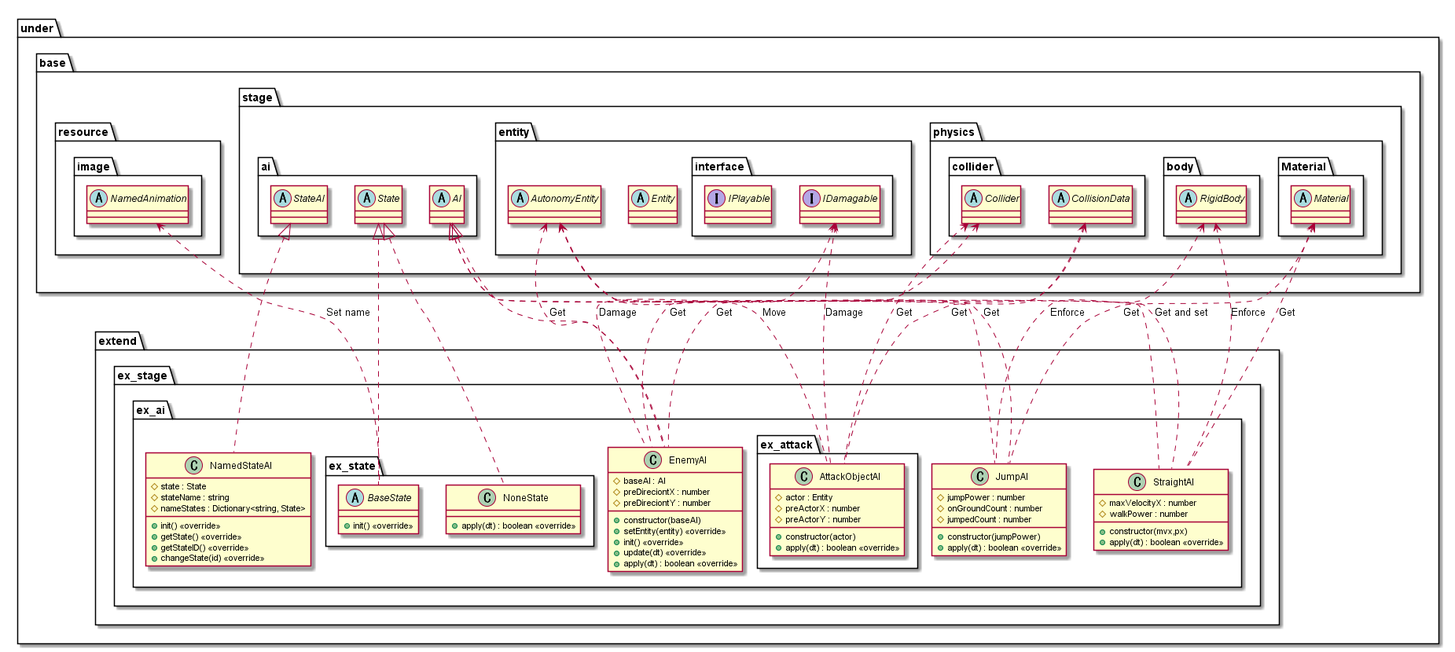
This is out/uml/entity/ai/Extend/AIExtend.png from Expine/Under, a PlantUML export, as it was before one commit. The source it was exported from:
```plantuml
@startuml AIExtend

package under {
    package extend {
        package ex_stage {
            package ex_ai {
                class NamedStateAI {
                    #state : State
                    #stateName : string
                    #nameStates : Dictionary<string, State>
                    +init() <<override>>
                    +getState() <<override>>
                    +getStateID() <<override>>
                    +changeState(id) <<override>>
                }
                class StraightAI {
                    +constructor(mvx,px)
                    #maxVelocityX : number
                    #walkPower : number
                    +apply(dt) : boolean <<override>>
                }
                class JumpAI {
                    +constructor(jumpPower)
                    #jumpPower : number
                    #onGroundCount : number
                    #jumpedCount : number
                    +apply(dt) : boolean <<override>>
                }
                class EnemyAI {
                    +constructor(baseAI)
                    #baseAI : AI
                    #preDireciontX : number
                    #preDireciontY : number
                    +setEntity(entity) <<override>>
                    +init() <<override>>
                    +update(dt) <<override>>
                    +apply(dt) : boolean <<override>>
                }
                package ex_attack {
                    class AttackObjectAI {
                        +constructor(actor)
                        #actor : Entity
                        #preActorX : number
                        #preActorY : number
                        +apply(dt) : boolean <<override>>
                    }
                }

                package ex_state {
                    abstract BaseState {
                        +init() <<override>>
                    }
                    class NoneState {
                        +apply(dt) : boolean <<override>>
                    }
                }
            }
        }
    }
}

package under {
    package base {
        package resource {
            package image {
                abstract NamedAnimation
            }
        }
        package stage {
            package ai {
                abstract AI
                abstract StateAI
                abstract State
            }
            package entity {
                abstract Entity
                abstract AutonomyEntity
                package interface {
                    interface IDamagable
                    interface IPlayable
                }
            }
            package physics {
                package collider {
                    abstract Collider
                    abstract CollisionData
                }
                package body {
                    abstract RigidBody
                }
                package Material {
                    abstract Material
                }
            }
        }
    }
}

AutonomyEntity <.. StraightAI : Get and set
RigidBody <.. StraightAI : Enforce
Material <.. StraightAI : Get
AutonomyEntity <.. JumpAI : Get
RigidBody <.. JumpAI : Enforce
Material <.. JumpAI : Get
AutonomyEntity <.. EnemyAI : Get
Collider <.. EnemyAI : Get
CollisionData <.. EnemyAI : Get
IDamagable <.. EnemyAI : Damage

NamedAnimation <.. BaseState : Set name

AutonomyEntity <.. AttackObjectAI : Move
Collider <.. AttackObjectAI : Get
CollisionData <.. AttackObjectAI : Get
IDamagable <.. AttackObjectAI : Damage

StateAI <|.. NamedStateAI
AI <|.. StraightAI
AI <|.. JumpAI
AI <|.. EnemyAI

State <|.. BaseState
State <|.. NoneState

@enduml
```
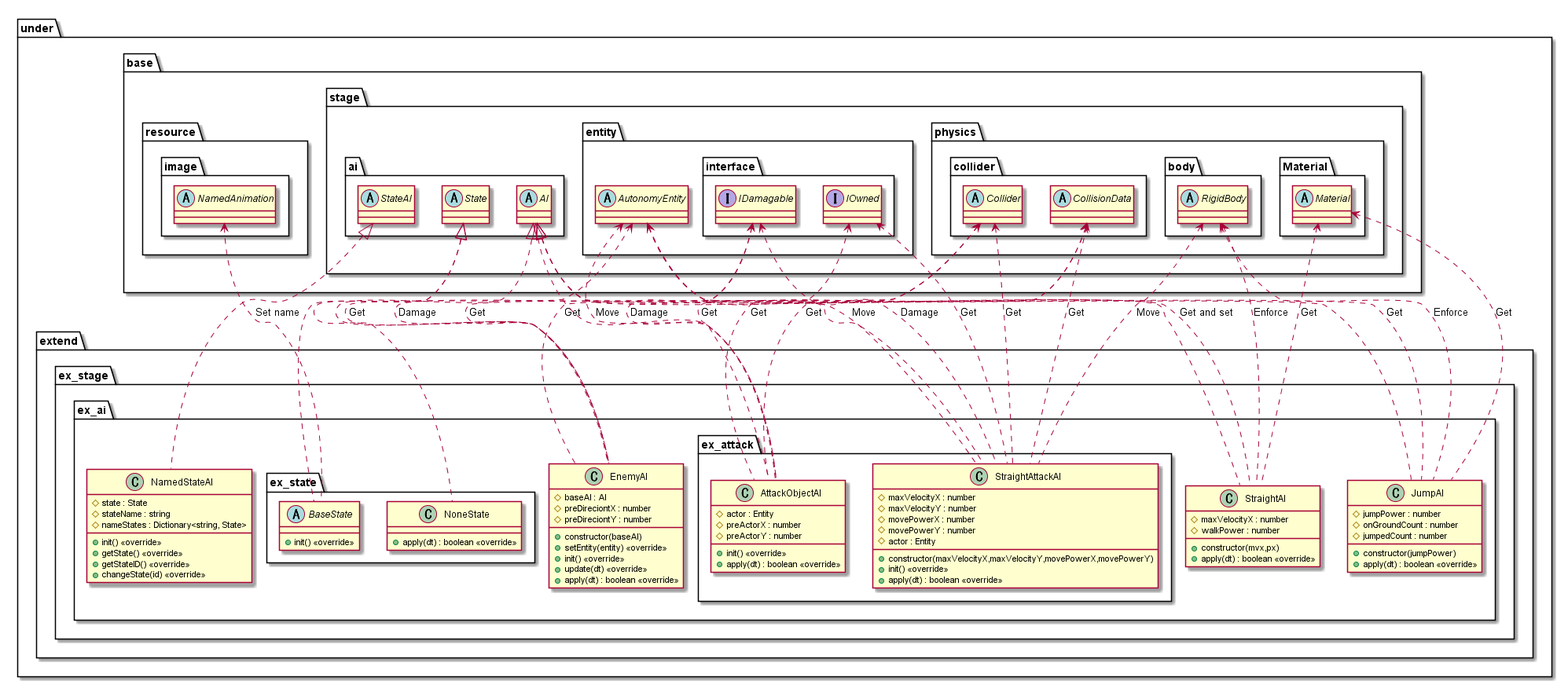
After the change.

What changed in the source:
```diff
@@ -38,10 +38,20 @@
                 }
                 package ex_attack {
                     class AttackObjectAI {
-                        +constructor(actor)
                         #actor : Entity
                         #preActorX : number
                         #preActorY : number
+                        +init() <<override>>
+                        +apply(dt) : boolean <<override>>
+                    }
+                    class StraightAttackAI {
+                        +constructor(maxVelocityX,maxVelocityY,movePowerX,movePowerY)
+                        #maxVelocityX : number
+                        #maxVelocityY : number
+                        #movePowerX : number
+                        #movePowerY : number
+                        #actor : Entity
+                        +init() <<override>>
                         +apply(dt) : boolean <<override>>
                     }
                 }
@@ -73,11 +83,10 @@
                 abstract State
             }
             package entity {
-                abstract Entity
                 abstract AutonomyEntity
                 package interface {
                     interface IDamagable
-                    interface IPlayable
+                    interface IOwned
                 }
             }
             package physics {
@@ -110,15 +119,26 @@
 NamedAnimation <.. BaseState : Set name
 
 AutonomyEntity <.. AttackObjectAI : Move
+IOwned <.. AttackObjectAI : Get
 Collider <.. AttackObjectAI : Get
 CollisionData <.. AttackObjectAI : Get
 IDamagable <.. AttackObjectAI : Damage
+
+AutonomyEntity <.. StraightAttackAI : Move
+IOwned <.. StraightAttackAI : Get
+RigidBody <.. StraightAttackAI : Move
+Collider <.. StraightAttackAI : Get
+CollisionData <.. StraightAttackAI : Get
+IDamagable <.. StraightAttackAI : Damage
 
 StateAI <|.. NamedStateAI
 AI <|.. StraightAI
 AI <|.. JumpAI
 AI <|.. EnemyAI
 
+AI <|.. AttackObjectAI
+AI <|.. StraightAttackAI
+
 State <|.. BaseState
 State <|.. NoneState
 
```
